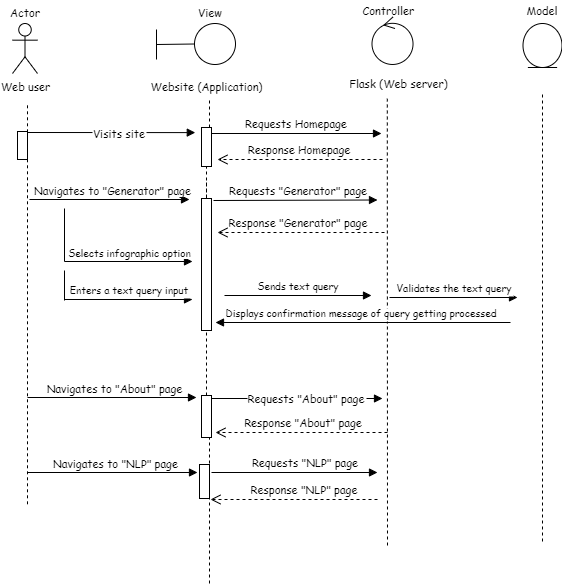
This is Documentation/Design/GIFT-UML-Sequence-Diagram.png from John8790909/Generating-Infographics-from-Text, a draw.io export, as it was before one commit. Source tidied: cells renumbered, new cells last; positions are measured from the earlier drawing's top-left corner, leaving out a move shared by most shapes.
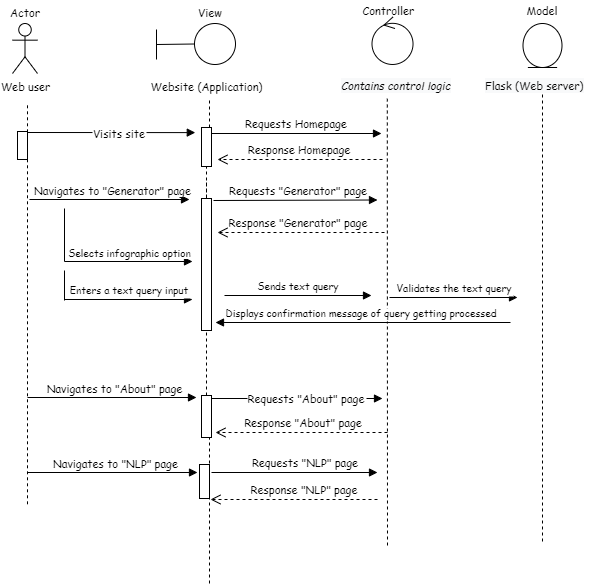
Later version of the same file.

The edit, as a diff of the source:
```diff
@@ -136,9 +136,6 @@
     <mxCell id="28" style="ellipse;shape=umlControl;whiteSpace=wrap;html=1;fillColor=#ffffff;rotation=-10;fontFamily=Comic Sans MS;fontSize=11;" parent="1" vertex="1">
       <mxGeometry x="366" y="17" width="41" height="47" as="geometry" />
     </mxCell>
-    <mxCell id="29" value="Flask (Web server)" style="text;html=1;strokeColor=none;fillColor=none;align=center;verticalAlign=middle;whiteSpace=wrap;rounded=0;fontFamily=Comic Sans MS;fontSize=11;" parent="1" vertex="1">
-      <mxGeometry x="335" y="73" width="117" height="20" as="geometry" />
-    </mxCell>
     <mxCell id="30" value="&lt;font style=&quot;font-size: 11px&quot;&gt;Controller&lt;/font&gt;" style="text;html=1;strokeColor=none;fillColor=none;align=center;verticalAlign=middle;whiteSpace=wrap;rounded=0;fontFamily=Comic Sans MS;fontSize=11;" parent="1" vertex="1">
       <mxGeometry x="354" width="59" height="20" as="geometry" />
     </mxCell>
@@ -151,9 +148,10 @@
     <mxCell id="33" style="points=[];perimeter=orthogonalPerimeter;rounded=0;shadow=0;strokeWidth=1;fontFamily=Comic Sans MS;fontSize=11;" parent="1" vertex="1">
       <mxGeometry x="196" y="198" width="10" height="132" as="geometry" />
     </mxCell>
-    <mxCell id="34" style="endArrow=none;dashed=1;html=1;fontFamily=Comic Sans MS;fontSize=11;entryX=0.4;entryY=1.26;entryDx=0;entryDy=0;entryPerimeter=0;" parent="1" edge="1" target="29">
+    <mxCell id="34" style="endArrow=none;dashed=1;html=1;fontFamily=Comic Sans MS;fontSize=11;entryX=0.4;entryY=1.26;entryDx=0;entryDy=0;entryPerimeter=0;" parent="1" edge="1">
       <mxGeometry relative="1" as="geometry">
         <mxPoint x="382" y="545" as="sourcePoint" />
+        <mxPoint x="381.8" y="98.2" as="targetPoint" />
       </mxGeometry>
     </mxCell>
     <mxCell id="35" style="points=[];perimeter=orthogonalPerimeter;rounded=0;shadow=0;strokeWidth=1;fontFamily=Comic Sans MS;fontSize=11;" parent="1" vertex="1">
@@ -206,5 +204,11 @@
         <mxPoint x="210" y="322" as="targetPoint" />
       </mxGeometry>
     </mxCell>
+    <mxCell id="29" value="&lt;span style=&quot;color: rgb(0, 0, 0); font-family: &amp;quot;comic sans ms&amp;quot;; font-size: 11px; font-style: normal; font-weight: 400; letter-spacing: normal; text-align: center; text-indent: 0px; text-transform: none; word-spacing: 0px; background-color: rgb(248, 249, 250); display: inline; float: none;&quot;&gt;Flask (Web server)&lt;/span&gt;" style="text;whiteSpace=wrap;html=1;" parent="1" vertex="1">
+      <mxGeometry x="477.5" y="72" width="118" height="28" as="geometry" />
+    </mxCell>
+    <mxCell id="45" value="&lt;span style=&quot;color: rgb(0 , 0 , 0) ; font-family: &amp;#34;comic sans ms&amp;#34; ; font-size: 11px ; font-weight: 400 ; letter-spacing: normal ; text-align: center ; text-indent: 0px ; text-transform: none ; word-spacing: 0px ; background-color: rgb(248 , 249 , 250) ; display: inline ; float: none&quot;&gt;&lt;i&gt;Contains control logic&lt;/i&gt;&lt;/span&gt;" style="text;whiteSpace=wrap;html=1;" parent="1" vertex="1">
+      <mxGeometry x="334" y="72" width="118" height="28" as="geometry" />
+    </mxCell>
   </root>
 </mxGraphModel>
```
